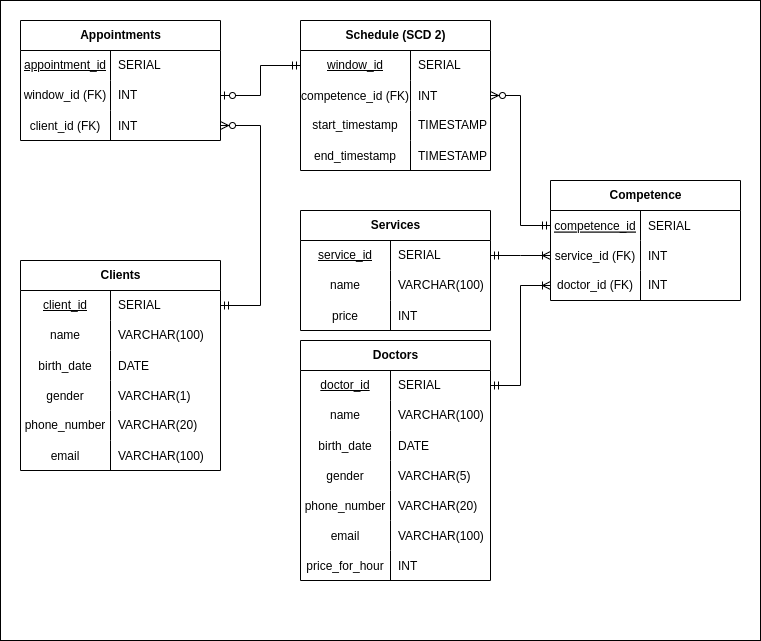
The draw.io diagram images/Physical-model.drawio.png in shonadoto/clinic-sheduler-DB, before a commit. Source tidied: cells renumbered, new cells last; positions are measured from the earlier drawing's top-left corner, leaving out a move shared by most shapes.
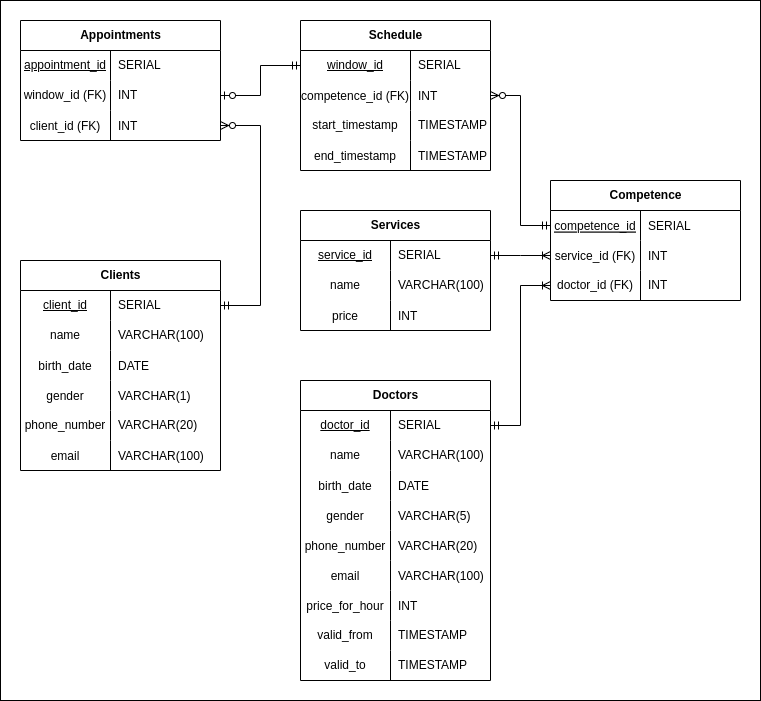
After the commit.

What changed in the source:
```diff
@@ -3,7 +3,7 @@
     <mxCell id="0" />
     <mxCell id="1" parent="0" />
     <mxCell id="2" style="rounded=0;whiteSpace=wrap;html=1;" parent="1" vertex="1">
-      <mxGeometry width="760" height="640" as="geometry" />
+      <mxGeometry width="760" height="700" as="geometry" />
     </mxCell>
     <mxCell id="3" value="Clients" style="shape=table;startSize=30;rowLines=0;fontStyle=1;align=center;html=1;" parent="1" vertex="1">
       <mxGeometry x="20" y="260" width="200" height="210" as="geometry" />
@@ -92,7 +92,7 @@
     <mxCell id="31" value="INT" style="shape=partialRectangle;fillColor=none;top=0;left=0;bottom=0;right=0;align=left;spacingLeft=6;overflow=hidden;" parent="29" vertex="1">
       <mxGeometry x="90" width="100" height="30" as="geometry" />
     </mxCell>
-    <mxCell id="32" value="Schedule (SCD 2)" style="shape=table;startSize=30;rowLines=0;fontStyle=1;align=center;html=1;" parent="1" vertex="1">
+    <mxCell id="32" value="Schedule" style="shape=table;startSize=30;rowLines=0;fontStyle=1;align=center;html=1;" parent="1" vertex="1">
       <mxGeometry x="300" y="20" width="190" height="150" as="geometry" />
     </mxCell>
     <mxCell id="33" style="shape=tableRow;horizontal=0;startSize=0;swimlaneHead=0;swimlaneBody=0;fillColor=none;points=[[0,0.5],[1,0.5]];portConstraint=eastwest;top=0;left=0;right=0;bottom=0;" parent="32" vertex="1">
@@ -162,7 +162,7 @@
       <mxGeometry x="90" width="110" height="30" as="geometry" />
     </mxCell>
     <mxCell id="55" value="Doctors" style="shape=table;startSize=30;rowLines=0;fontStyle=1;align=center;html=1;" parent="1" vertex="1">
-      <mxGeometry x="300" y="340" width="190" height="240" as="geometry" />
+      <mxGeometry x="300" y="380" width="190" height="300" as="geometry" />
     </mxCell>
     <mxCell id="56" style="shape=tableRow;horizontal=0;startSize=0;swimlaneHead=0;swimlaneBody=0;fillColor=none;points=[[0,0.5],[1,0.5]];portConstraint=eastwest;top=0;left=0;right=0;bottom=0;" parent="55" vertex="1">
       <mxGeometry y="30" width="190" height="30" as="geometry" />
@@ -227,6 +227,24 @@
     <mxCell id="76" value="INT" style="shape=partialRectangle;fillColor=none;top=0;left=0;bottom=0;right=0;align=left;spacingLeft=6;overflow=hidden;" parent="74" vertex="1">
       <mxGeometry x="90" width="100" height="30" as="geometry" />
     </mxCell>
+    <mxCell id="92" style="shape=tableRow;horizontal=0;startSize=0;swimlaneHead=0;swimlaneBody=0;fillColor=none;top=0;left=0;right=0;bottom=0;" parent="55" vertex="1">
+      <mxGeometry y="240" width="190" height="30" as="geometry" />
+    </mxCell>
+    <mxCell id="93" value="valid_from" style="shape=partialRectangle;fillColor=none;top=0;left=0;bottom=0;right=0;fontStyle=0;overflow=hidden;whiteSpace=wrap;html=1;" parent="92" vertex="1">
+      <mxGeometry width="90" height="30" as="geometry" />
+    </mxCell>
+    <mxCell id="94" value="TIMESTAMP" style="shape=partialRectangle;fillColor=none;top=0;left=0;bottom=0;right=0;align=left;spacingLeft=6;fontStyle=0;overflow=hidden;whiteSpace=wrap;html=1;" parent="92" vertex="1">
+      <mxGeometry x="90" width="100" height="30" as="geometry" />
+    </mxCell>
+    <mxCell id="95" style="shape=tableRow;horizontal=0;startSize=0;swimlaneHead=0;swimlaneBody=0;fillColor=none;top=0;left=0;right=0;bottom=0;" parent="55" vertex="1">
+      <mxGeometry y="270" width="190" height="30" as="geometry" />
+    </mxCell>
+    <mxCell id="96" value="valid_to" style="shape=partialRectangle;fillColor=none;top=0;left=0;bottom=0;right=0;fontStyle=0;overflow=hidden;whiteSpace=wrap;html=1;" parent="95" vertex="1">
+      <mxGeometry width="90" height="30" as="geometry" />
+    </mxCell>
+    <mxCell id="97" value="TIMESTAMP" style="shape=partialRectangle;fillColor=none;top=0;left=0;bottom=0;right=0;align=left;spacingLeft=6;fontStyle=0;overflow=hidden;whiteSpace=wrap;html=1;" parent="95" vertex="1">
+      <mxGeometry x="90" width="100" height="30" as="geometry" />
+    </mxCell>
     <mxCell id="77" value="Competence" style="shape=table;startSize=30;rowLines=0;fontStyle=1;align=center;html=1;" parent="1" vertex="1">
       <mxGeometry x="550" y="180" width="190" height="120" as="geometry" />
     </mxCell>
```
